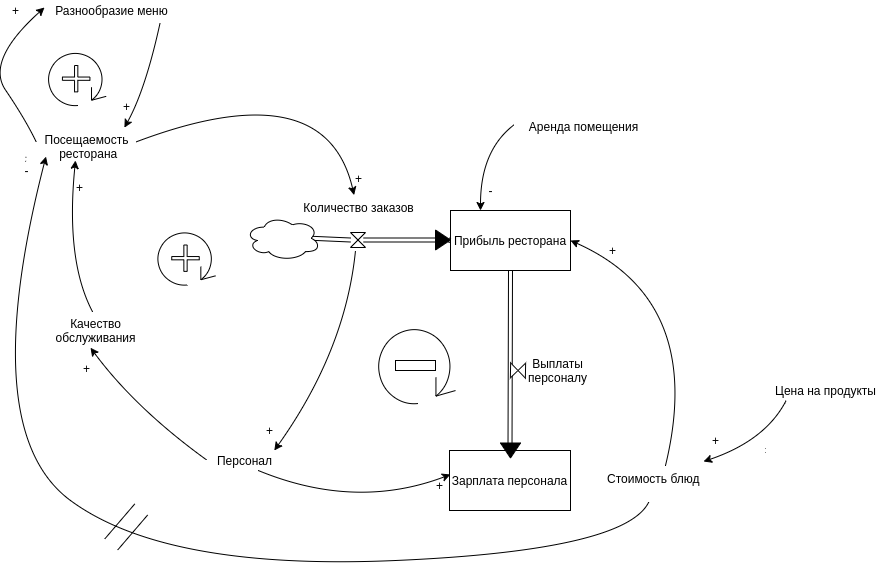
Before: seventh/static/Stocks_and_Flows.png, a diagram exported from draw.io (1frag/SimulationTasks). Source tidied: cells renumbered, new cells last; positions are measured from the earlier drawing's top-left corner, leaving out a move shared by most shapes. Its diagram source:
```xml
<mxGraphModel>
  <root>
    <mxCell id="0" />
    <mxCell id="1" parent="0" />
    <mxCell id="2" value="Прибыль ресторана" style="rounded=0;whiteSpace=wrap;html=1;" parent="1" vertex="1">
      <mxGeometry x="475" y="210" width="120" height="60" as="geometry" />
    </mxCell>
    <mxCell id="3" style="endArrow=classic;html=1;shape=link;entryX=0;entryY=0.5;entryDx=0;entryDy=0;exitX=0.875;exitY=0.5;exitDx=0;exitDy=0;exitPerimeter=0;" parent="1" edge="1" source="7" target="2">
      <mxGeometry relative="1" as="geometry" />
    </mxCell>
    <mxCell id="4" value="Количество заказов" style="text;html=1;align=center;verticalAlign=middle;points=[];" parent="1" vertex="1">
      <mxGeometry x="317.5" y="197" width="130" height="20" as="geometry" />
    </mxCell>
    <mxCell id="5" style="shape=collate;whiteSpace=wrap;html=1;" parent="1" vertex="1">
      <mxGeometry x="375" y="232" width="15" height="15" as="geometry" />
    </mxCell>
    <mxCell id="6" style="endArrow=classic;html=1;shape=link;entryX=0;entryY=0.5;entryDx=0;entryDy=0;exitX=0.875;exitY=0.5;exitDx=0;exitDy=0;exitPerimeter=0;" parent="1" edge="1" source="45" target="5">
      <mxGeometry relative="1" as="geometry" />
    </mxCell>
    <mxCell id="7" style="triangle;whiteSpace=wrap;html=1;fillColor=#000000;" parent="1" vertex="1">
      <mxGeometry x="460" y="229.5" width="15" height="20" as="geometry" />
    </mxCell>
    <mxCell id="8" style="endArrow=classic;html=1;shape=link;entryX=0;entryY=0.5;entryDx=0;entryDy=0;exitX=0.875;exitY=0.5;exitDx=0;exitDy=0;exitPerimeter=0;" parent="1" edge="1" source="5" target="7">
      <mxGeometry relative="1" as="geometry" />
    </mxCell>
    <mxCell id="9" value="Аренда помещения" style="text;html=1;align=center;verticalAlign=middle;points=[];" parent="1" vertex="1">
      <mxGeometry x="542.5" y="116.4" width="130" height="20" as="geometry" />
    </mxCell>
    <mxCell id="10" style="endArrow=classic;html=1;strokeColor=#000000;strokeWidth=1;entryX=0.25;entryY=0;entryDx=0;entryDy=0;exitX=-0.031;exitY=0.4;exitDx=0;exitDy=0;exitPerimeter=0;curved=1;" parent="1" edge="1" source="9" target="2">
      <mxGeometry relative="1" as="geometry">
        <Array as="points">
          <mxPoint x="505" y="150" />
        </Array>
      </mxGeometry>
    </mxCell>
    <mxCell id="11" value="-" style="text;html=1;align=center;verticalAlign=middle;" parent="1" vertex="1">
      <mxGeometry x="505" y="180" width="20" height="20" as="geometry" />
    </mxCell>
    <mxCell id="12" value="Персонал" style="text;html=1;align=center;verticalAlign=middle;points=[];" parent="1" vertex="1">
      <mxGeometry x="233.8" y="450" width="70" height="20" as="geometry" />
    </mxCell>
    <mxCell id="13" value="Зарплата персонала" style="rounded=0;whiteSpace=wrap;html=1;" parent="1" vertex="1">
      <mxGeometry x="474" y="450" width="121" height="60" as="geometry" />
    </mxCell>
    <mxCell id="14" value="Разнообразие меню" style="text;html=1;align=center;verticalAlign=middle;points=[];" parent="1" vertex="1">
      <mxGeometry x="70.7" width="130" height="20" as="geometry" />
    </mxCell>
    <mxCell id="15" style="endArrow=classic;html=1;strokeColor=#000000;strokeWidth=1;exitX=0.876;exitY=1.125;exitDx=0;exitDy=0;exitPerimeter=0;curved=1;entryX=0.882;entryY=0.027;entryDx=0;entryDy=0;entryPerimeter=0;" parent="1" edge="1" source="14" target="32">
      <mxGeometry relative="1" as="geometry">
        <Array as="points">
          <mxPoint x="170" y="89" />
        </Array>
      </mxGeometry>
    </mxCell>
    <mxCell id="16" style="endArrow=classic;html=1;strokeColor=#000000;strokeWidth=1;exitX=0;exitY=0.5;exitDx=0;exitDy=0;curved=1;" parent="1" edge="1" source="32">
      <mxGeometry relative="1" as="geometry">
        <mxPoint x="69" y="7" as="targetPoint" />
        <Array as="points">
          <mxPoint x="50" y="119" />
          <mxPoint x="10" y="60" />
        </Array>
      </mxGeometry>
    </mxCell>
    <mxCell id="17" value="+" style="text;html=1;align=center;verticalAlign=middle;" parent="1" vertex="1">
      <mxGeometry x="140.7" y="96.4" width="20" height="20" as="geometry" />
    </mxCell>
    <mxCell id="18" style="endArrow=classic;html=1;strokeColor=#000000;strokeWidth=1;entryX=0.008;entryY=0.4;entryDx=0;entryDy=0;curved=1;entryPerimeter=0;exitX=0.7;exitY=1;exitDx=0;exitDy=0;exitPerimeter=0;" parent="1" edge="1" source="12" target="13">
      <mxGeometry relative="1" as="geometry">
        <Array as="points">
          <mxPoint x="380" y="510" />
        </Array>
      </mxGeometry>
    </mxCell>
    <mxCell id="19" style="shape=link;html=1;startArrow=classic;startFill=1;endArrow=none;endFill=0;strokeColor=#000000;strokeWidth=1;entryX=0;entryY=0.5;entryDx=0;entryDy=0;" parent="1" edge="1">
      <mxGeometry relative="1" as="geometry">
        <mxPoint x="50" y="158.8" as="sourcePoint" />
        <mxPoint x="50.7" y="158.9" as="targetPoint" />
      </mxGeometry>
    </mxCell>
    <mxCell id="20" style="endArrow=classic;html=1;strokeColor=#000000;strokeWidth=1;entryX=1;entryY=0.5;entryDx=0;entryDy=0;exitX=0.5;exitY=0;exitDx=0;exitDy=0;curved=1;" parent="1" edge="1" source="31" target="2">
      <mxGeometry relative="1" as="geometry">
        <Array as="points">
          <mxPoint x="730" y="300" />
        </Array>
      </mxGeometry>
    </mxCell>
    <mxCell id="21" value="+" style="text;html=1;align=center;verticalAlign=middle;" parent="1" vertex="1">
      <mxGeometry x="627" y="240" width="20" height="20" as="geometry" />
    </mxCell>
    <mxCell id="22" style="endArrow=classic;html=1;shape=link;entryX=0.75;entryY=0;entryDx=0;entryDy=0;strokeColor=#000000;strokeWidth=1;" parent="1" edge="1">
      <mxGeometry relative="1" as="geometry">
        <mxPoint x="789.5" y="450" as="sourcePoint" />
        <mxPoint x="790" y="450" as="targetPoint" />
      </mxGeometry>
    </mxCell>
    <mxCell id="23" style="endArrow=classic;html=1;shape=link;entryX=0.5;entryY=0;entryDx=0;entryDy=0;exitX=0.5;exitY=1;exitDx=0;exitDy=0;strokeColor=#000000;strokeWidth=1;" parent="1" edge="1" source="2" target="13">
      <mxGeometry relative="1" as="geometry" />
    </mxCell>
    <mxCell id="24" value="Качество&lt;br&gt;обслуживания" style="text;html=1;align=center;verticalAlign=middle;points=[];" parent="1" vertex="1">
      <mxGeometry x="70" y="315" width="100" height="30" as="geometry" />
    </mxCell>
    <mxCell id="25" style="triangle;whiteSpace=wrap;html=1;fillColor=#000000;rotation=90;" parent="1" vertex="1">
      <mxGeometry x="527.5" y="440" width="15" height="20" as="geometry" />
    </mxCell>
    <mxCell id="26" style="shape=collate;whiteSpace=wrap;html=1;rotation=91;" parent="1" vertex="1">
      <mxGeometry x="535" y="362.5" width="15" height="15" as="geometry" />
    </mxCell>
    <mxCell id="27" value="&lt;span style=&quot;white-space: normal&quot;&gt;Выплаты персоналу&lt;/span&gt;" style="text;html=1;align=center;verticalAlign=middle;" parent="1" vertex="1">
      <mxGeometry x="517" y="360" width="130" height="20" as="geometry" />
    </mxCell>
    <mxCell id="28" style="endArrow=classic;html=1;strokeColor=#000000;strokeWidth=1;entryX=0.817;entryY=-0.133;entryDx=0;entryDy=0;exitX=0.171;exitY=1.011;exitDx=0;exitDy=0;exitPerimeter=0;curved=1;entryPerimeter=0;" parent="1" edge="1" source="29" target="31">
      <mxGeometry relative="1" as="geometry">
        <Array as="points">
          <mxPoint x="790" y="440" />
        </Array>
      </mxGeometry>
    </mxCell>
    <mxCell id="29" value="Цена на продукты" style="text;html=1;align=center;verticalAlign=middle;points=[];" parent="1" vertex="1">
      <mxGeometry x="790" y="380" width="120" height="20" as="geometry" />
    </mxCell>
    <mxCell id="30" value="+" style="text;html=1;align=center;verticalAlign=middle;" parent="1" vertex="1">
      <mxGeometry x="730" y="430" width="20" height="20" as="geometry" />
    </mxCell>
    <mxCell id="31" value="Стоимость блюд" style="text;html=1;" parent="1" vertex="1">
      <mxGeometry x="630" y="465" width="120" height="30" as="geometry" />
    </mxCell>
    <mxCell id="32" value="Посещаемость&lt;br&gt;&amp;nbsp;ресторана" style="text;html=1;align=center;" parent="1" vertex="1">
      <mxGeometry x="60.7" y="126.4" width="100" height="30" as="geometry" />
    </mxCell>
    <mxCell id="33" style="endArrow=classic;html=1;strokeColor=#000000;strokeWidth=1;curved=1;entryX=0.47;entryY=-0.121;entryDx=0;entryDy=0;exitX=1;exitY=0.5;exitDx=0;exitDy=0;entryPerimeter=0;" parent="1" edge="1" source="32" target="4">
      <mxGeometry relative="1" as="geometry">
        <Array as="points">
          <mxPoint x="350" y="70" />
        </Array>
      </mxGeometry>
    </mxCell>
    <mxCell id="34" value="+" style="text;html=1;align=center;verticalAlign=middle;" parent="1" vertex="1">
      <mxGeometry x="372.5" y="167.5" width="20" height="20" as="geometry" />
    </mxCell>
    <mxCell id="35" value="+" style="text;html=1;align=center;verticalAlign=middle;" parent="1" vertex="1">
      <mxGeometry x="454" y="475" width="20" height="20" as="geometry" />
    </mxCell>
    <mxCell id="36" style="shape=link;html=1;startArrow=classic;startFill=1;endArrow=none;endFill=0;strokeColor=#000000;strokeWidth=1;width=17;" parent="1" edge="1">
      <mxGeometry relative="1" as="geometry">
        <mxPoint x="135.7" y="544" as="sourcePoint" />
        <mxPoint x="165.7" y="509" as="targetPoint" />
      </mxGeometry>
    </mxCell>
    <mxCell id="37" value="-" style="text;html=1;align=center;verticalAlign=middle;" parent="1" vertex="1">
      <mxGeometry x="40.7" y="160" width="20" height="20" as="geometry" />
    </mxCell>
    <mxCell id="38" style="endArrow=classic;html=1;strokeColor=#000000;strokeWidth=1;exitX=-0.039;exitY=0.468;exitDx=0;exitDy=0;curved=1;exitPerimeter=0;entryX=0.45;entryY=1.075;entryDx=0;entryDy=0;entryPerimeter=0;" parent="1" edge="1" source="12" target="24">
      <mxGeometry relative="1" as="geometry">
        <Array as="points">
          <mxPoint x="160" y="408" />
        </Array>
      </mxGeometry>
    </mxCell>
    <mxCell id="39" style="endArrow=classic;html=1;strokeColor=#000000;strokeWidth=1;curved=1;exitX=0.47;exitY=-0.128;exitDx=0;exitDy=0;exitPerimeter=0;" parent="1" edge="1" source="24">
      <mxGeometry relative="1" as="geometry">
        <mxPoint x="100" y="160" as="targetPoint" />
        <Array as="points">
          <mxPoint x="90" y="260" />
        </Array>
      </mxGeometry>
    </mxCell>
    <mxCell id="40" value="+" style="text;html=1;align=center;verticalAlign=middle;" parent="1" vertex="1">
      <mxGeometry x="100.7" y="357.5" width="20" height="20" as="geometry" />
    </mxCell>
    <mxCell id="41" value="+" style="text;html=1;align=center;verticalAlign=middle;" parent="1" vertex="1">
      <mxGeometry x="94.4" y="177" width="20" height="20" as="geometry" />
    </mxCell>
    <mxCell id="42" style="endArrow=classic;html=1;strokeColor=#000000;strokeWidth=1;curved=1;entryX=0.929;entryY=0;entryDx=0;entryDy=0;entryPerimeter=0;" parent="1" edge="1" target="12">
      <mxGeometry relative="1" as="geometry">
        <mxPoint x="380" y="250" as="sourcePoint" />
        <Array as="points">
          <mxPoint x="370" y="350" />
        </Array>
      </mxGeometry>
    </mxCell>
    <mxCell id="43" value="+" style="text;html=1;align=center;verticalAlign=middle;" parent="1" vertex="1">
      <mxGeometry x="283.8" y="420" width="20" height="20" as="geometry" />
    </mxCell>
    <mxCell id="44" value="+" style="text;html=1;align=center;verticalAlign=middle;" parent="1" vertex="1">
      <mxGeometry x="30" width="20" height="20" as="geometry" />
    </mxCell>
    <mxCell id="45" style="ellipse;shape=cloud;whiteSpace=wrap;html=1;" parent="1" vertex="1">
      <mxGeometry x="270" y="215.5" width="75" height="44.5" as="geometry" />
    </mxCell>
    <mxCell id="46" style="shape=mxgraph.bpmn.loop;html=1;direction=west;flipV=1;" parent="1" vertex="1">
      <mxGeometry x="70.7" y="50" width="60" height="56.4" as="geometry" />
    </mxCell>
    <mxCell id="47" style="shape=cross;whiteSpace=wrap;html=1;size=0.125;" parent="1" vertex="1">
      <mxGeometry x="86.9" y="65" width="27.5" height="26.4" as="geometry" />
    </mxCell>
    <mxCell id="48" style="shape=mxgraph.bpmn.loop;html=1;direction=west;flipV=1;" parent="1" vertex="1">
      <mxGeometry x="180" y="229.5" width="60" height="56.4" as="geometry" />
    </mxCell>
    <mxCell id="49" style="shape=cross;whiteSpace=wrap;html=1;size=0.125;" parent="1" vertex="1">
      <mxGeometry x="196.2" y="244.5" width="27.5" height="26.4" as="geometry" />
    </mxCell>
    <mxCell id="50" style="rounded=0;whiteSpace=wrap;html=1;" parent="1" vertex="1">
      <mxGeometry x="420" y="360" width="40" height="10" as="geometry" />
    </mxCell>
    <mxCell id="51" style="shape=mxgraph.bpmn.loop;html=1;flipV=1;direction=west;" parent="1" vertex="1">
      <mxGeometry x="400" y="325" width="80" height="80" as="geometry" />
    </mxCell>
    <mxCell id="52" style="endArrow=classic;html=1;strokeColor=#000000;strokeWidth=1;curved=1;exitX=0.361;exitY=1.214;exitDx=0;exitDy=0;exitPerimeter=0;entryX=0.098;entryY=0.989;entryDx=0;entryDy=0;entryPerimeter=0;" parent="1" edge="1" target="32">
      <mxGeometry relative="1" as="geometry">
        <mxPoint x="673.3" y="501.4" as="sourcePoint" />
        <Array as="points">
          <mxPoint x="650" y="550" />
          <mxPoint x="190" y="570" />
          <mxPoint y="430" />
        </Array>
      </mxGeometry>
    </mxCell>
  </root>
</mxGraphModel>
```
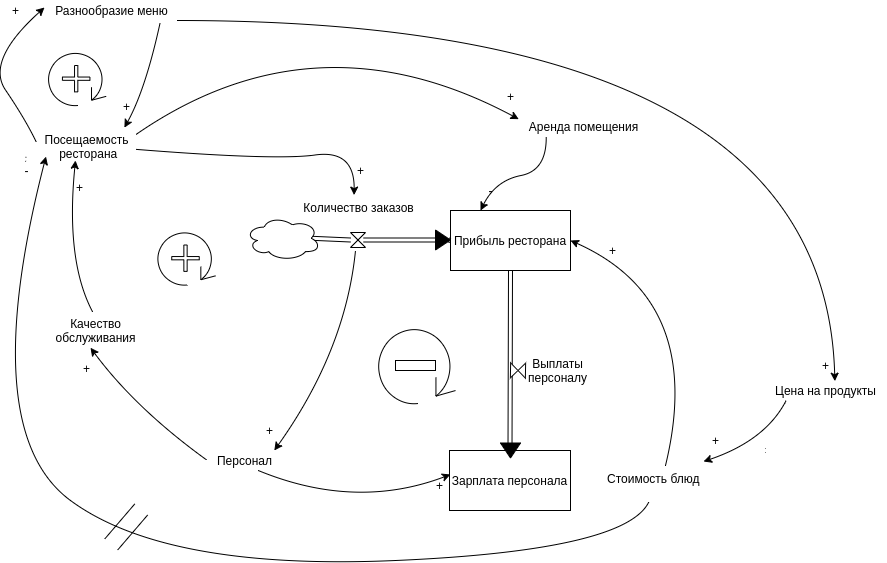
Later version of the same file.

Diff of the diagram source:
```diff
@@ -26,10 +26,11 @@
     <mxCell id="9" value="Аренда помещения" style="text;html=1;align=center;verticalAlign=middle;points=[];" parent="1" vertex="1">
       <mxGeometry x="542.5" y="116.4" width="130" height="20" as="geometry" />
     </mxCell>
-    <mxCell id="10" style="endArrow=classic;html=1;strokeColor=#000000;strokeWidth=1;entryX=0.25;entryY=0;entryDx=0;entryDy=0;exitX=-0.031;exitY=0.4;exitDx=0;exitDy=0;exitPerimeter=0;curved=1;" parent="1" edge="1" source="9" target="2">
+    <mxCell id="10" style="endArrow=classic;html=1;strokeColor=#000000;strokeWidth=1;entryX=0.25;entryY=0;entryDx=0;entryDy=0;curved=1;exitX=0.217;exitY=1.015;exitDx=0;exitDy=0;exitPerimeter=0;" parent="1" edge="1" source="9" target="2">
       <mxGeometry relative="1" as="geometry">
         <Array as="points">
-          <mxPoint x="505" y="150" />
+          <mxPoint x="571" y="170" />
+          <mxPoint x="520" y="180" />
         </Array>
       </mxGeometry>
     </mxCell>
@@ -127,15 +128,16 @@
     <mxCell id="32" value="Посещаемость&lt;br&gt;&amp;nbsp;ресторана" style="text;html=1;align=center;" parent="1" vertex="1">
       <mxGeometry x="60.7" y="126.4" width="100" height="30" as="geometry" />
     </mxCell>
-    <mxCell id="33" style="endArrow=classic;html=1;strokeColor=#000000;strokeWidth=1;curved=1;entryX=0.47;entryY=-0.121;entryDx=0;entryDy=0;exitX=1;exitY=0.5;exitDx=0;exitDy=0;entryPerimeter=0;" parent="1" edge="1" source="32" target="4">
+    <mxCell id="33" style="endArrow=classic;html=1;strokeColor=#000000;strokeWidth=1;curved=1;entryX=0.47;entryY=-0.121;entryDx=0;entryDy=0;exitX=1;exitY=0.75;exitDx=0;exitDy=0;entryPerimeter=0;" parent="1" edge="1" source="32" target="4">
       <mxGeometry relative="1" as="geometry">
         <Array as="points">
-          <mxPoint x="350" y="70" />
+          <mxPoint x="300" y="160" />
+          <mxPoint x="379" y="149" />
         </Array>
       </mxGeometry>
     </mxCell>
     <mxCell id="34" value="+" style="text;html=1;align=center;verticalAlign=middle;" parent="1" vertex="1">
-      <mxGeometry x="372.5" y="167.5" width="20" height="20" as="geometry" />
+      <mxGeometry x="375" y="160" width="20" height="20" as="geometry" />
     </mxCell>
     <mxCell id="35" value="+" style="text;html=1;align=center;verticalAlign=middle;" parent="1" vertex="1">
       <mxGeometry x="454" y="475" width="20" height="20" as="geometry" />
@@ -215,5 +217,25 @@
         </Array>
       </mxGeometry>
     </mxCell>
+    <mxCell id="53" style="endArrow=classic;html=1;exitX=1.01;exitY=1;exitDx=0;exitDy=0;exitPerimeter=0;entryX=0.578;entryY=0.033;entryDx=0;entryDy=0;entryPerimeter=0;curved=1;" parent="1" edge="1" source="14" target="29">
+      <mxGeometry relative="1" as="geometry">
+        <Array as="points">
+          <mxPoint x="850" y="20" />
+        </Array>
+      </mxGeometry>
+    </mxCell>
+    <mxCell id="54" value="+" style="text;html=1;align=center;verticalAlign=middle;" parent="1" vertex="1">
+      <mxGeometry x="840" y="355" width="20" height="20" as="geometry" />
+    </mxCell>
+    <mxCell id="55" style="endArrow=classic;html=1;curved=1;exitX=1;exitY=0.25;exitDx=0;exitDy=0;entryX=0.006;entryY=0.115;entryDx=0;entryDy=0;entryPerimeter=0;" parent="1" edge="1" source="32" target="9">
+      <mxGeometry relative="1" as="geometry">
+        <Array as="points">
+          <mxPoint x="340" y="10" />
+        </Array>
+      </mxGeometry>
+    </mxCell>
+    <mxCell id="56" value="+" style="text;html=1;align=center;verticalAlign=middle;" parent="1" vertex="1">
+      <mxGeometry x="525" y="86.4" width="20" height="20" as="geometry" />
+    </mxCell>
   </root>
 </mxGraphModel>
```
